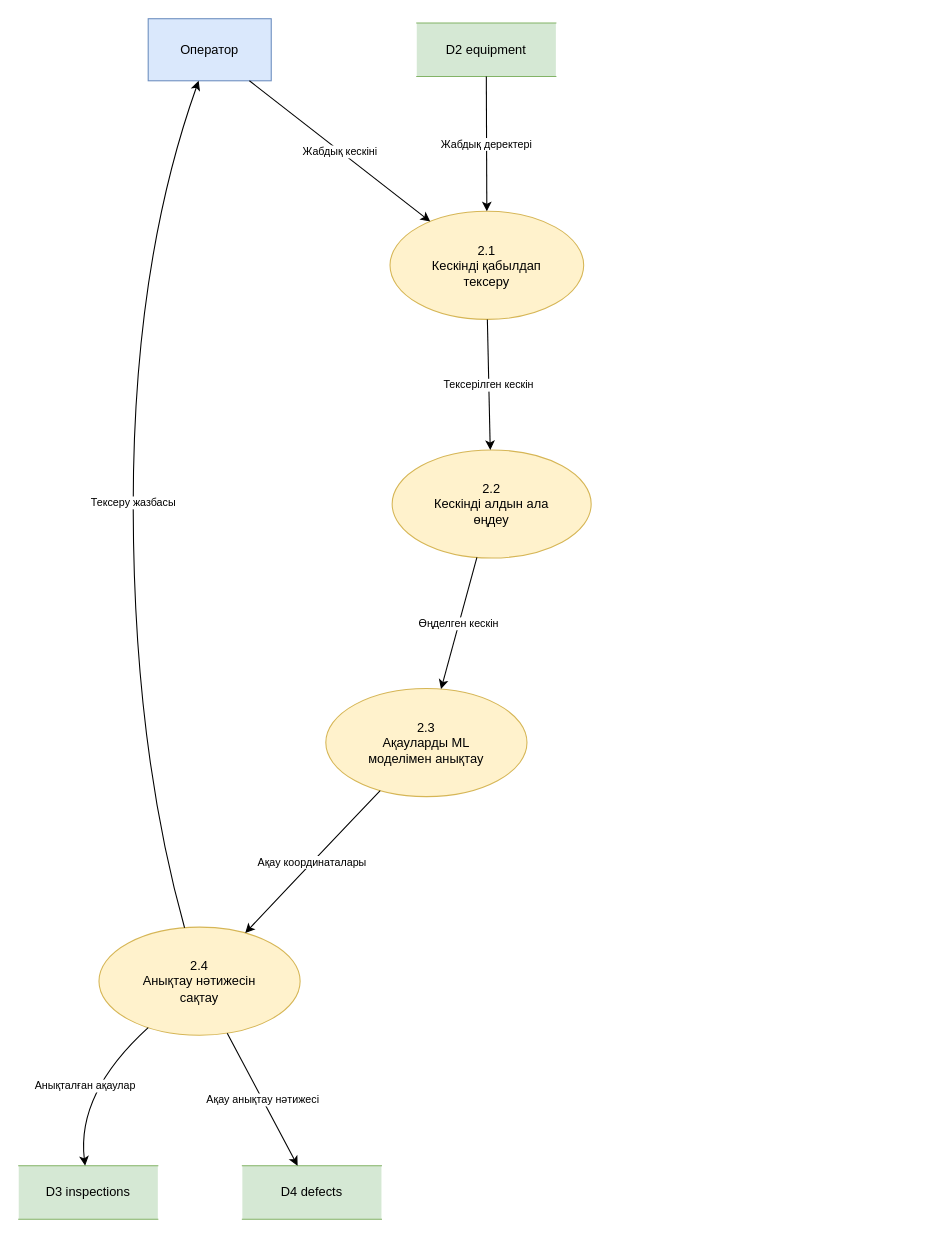
Above: docs/analysis/dfd-level1.drawio in zeinkenzhebek-sys/equipment-defect-detection (draw.io), before the change. Source tidied: cells renumbered, new cells numbered last; positions are measured from the earlier drawing's top-left corner, leaving out a move shared by most shapes. Both pictures are drawn from the tidied source at 107%, with x=0, y=0 at pixel (18, 18).
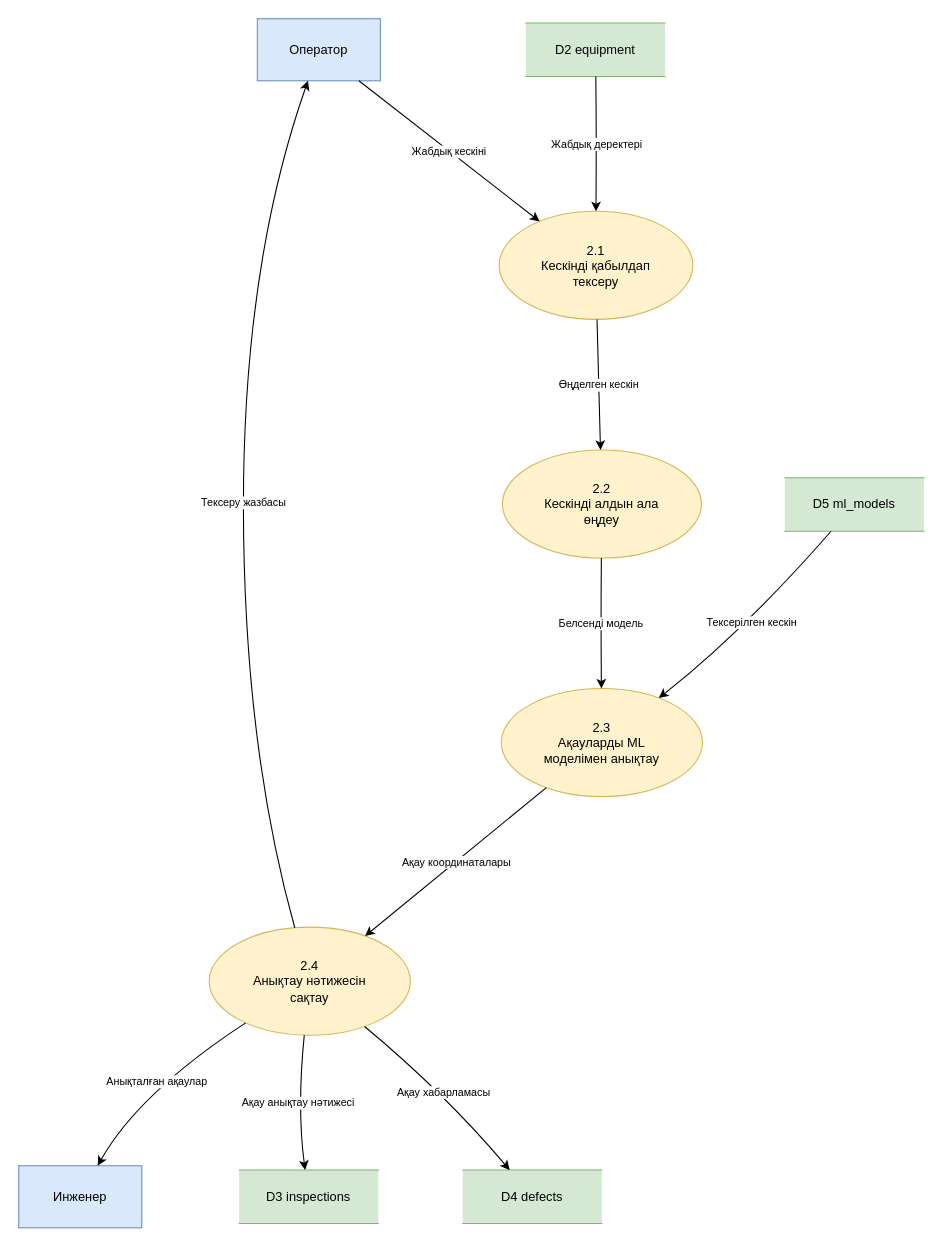
The same diagram, later.

Commit message (it also covers changes not shown here):
Add administrator and ML models to data model

Diff of the diagram source:
```diff
@@
     <mxCell id="2" value="Оператор" style="rounded=0;whiteSpace=wrap;html=1;fillColor=#dae8fc;strokeColor=#6c8ebf;fontSize=12;" parent="1" vertex="1">
-      <mxGeometry x="121" width="115" height="58" as="geometry" />
+      <mxGeometry x="223" width="115" height="58" as="geometry" />
     </mxCell>
-    <mxCell id="3" value="D2  equipment" style="shape=partialRectangle;whiteSpace=wrap;html=1;left=0;right=0;fillColor=#d5e8d4;strokeColor=#82b366;fontSize=12;" parent="1" vertex="1">
-      <mxGeometry x="372" y="4" width="130" height="50" as="geometry" />
+    <mxCell id="3" value="Инженер" style="rounded=0;whiteSpace=wrap;html=1;fillColor=#dae8fc;strokeColor=#6c8ebf;fontSize=12;" parent="1" vertex="1">
+      <mxGeometry y="1072" width="115" height="58" as="geometry" />
     </mxCell>
-    <mxCell id="4" value="D3  inspections" style="shape=partialRectangle;whiteSpace=wrap;html=1;left=0;right=0;fillColor=#d5e8d4;strokeColor=#82b366;fontSize=12;" parent="1" vertex="1">
-      <mxGeometry y="1072" width="130" height="50" as="geometry" />
+    <mxCell id="4" value="D2  equipment" style="shape=partialRectangle;whiteSpace=wrap;html=1;left=0;right=0;fillColor=#d5e8d4;strokeColor=#82b366;fontSize=12;" parent="1" vertex="1">
+      <mxGeometry x="474" y="4" width="130" height="50" as="geometry" />
     </mxCell>
-    <mxCell id="5" value="D4  defects" style="shape=partialRectangle;whiteSpace=wrap;html=1;left=0;right=0;fillColor=#d5e8d4;strokeColor=#82b366;fontSize=12;" parent="1" vertex="1">
-      <mxGeometry x="209" y="1072" width="130" height="50" as="geometry" />
+    <mxCell id="5" value="D3  inspections" style="shape=partialRectangle;whiteSpace=wrap;html=1;left=0;right=0;fillColor=#d5e8d4;strokeColor=#82b366;fontSize=12;" parent="1" vertex="1">
+      <mxGeometry x="206" y="1076" width="130" height="50" as="geometry" />
     </mxCell>
-    <mxCell id="6" value="2.1&lt;br&gt;Кескінді қабылдап&lt;br&gt;тексеру" style="ellipse;whiteSpace=wrap;html=1;fillColor=#fff2cc;strokeColor=#d6b656;fontSize=12;" parent="1" vertex="1">
-      <mxGeometry x="347" y="180" width="181" height="101" as="geometry" />
+    <mxCell id="6" value="D4  defects" style="shape=partialRectangle;whiteSpace=wrap;html=1;left=0;right=0;fillColor=#d5e8d4;strokeColor=#82b366;fontSize=12;" parent="1" vertex="1">
+      <mxGeometry x="415" y="1076" width="130" height="50" as="geometry" />
     </mxCell>
-    <mxCell id="7" value="2.2&lt;br&gt;Кескінді алдын ала&lt;br&gt;өңдеу" style="ellipse;whiteSpace=wrap;html=1;fillColor=#fff2cc;strokeColor=#d6b656;fontSize=12;" parent="1" vertex="1">
-      <mxGeometry x="349" y="403" width="186" height="101" as="geometry" />
+    <mxCell id="7" value="D5  ml_models" style="shape=partialRectangle;whiteSpace=wrap;html=1;left=0;right=0;fillColor=#d5e8d4;strokeColor=#82b366;fontSize=12;" parent="1" vertex="1">
+      <mxGeometry x="716" y="429" width="130" height="50" as="geometry" />
     </mxCell>
-    <mxCell id="8" value="2.3&lt;br&gt;Ақауларды ML&lt;br&gt;моделімен анықтау" style="ellipse;whiteSpace=wrap;html=1;fillColor=#fff2cc;strokeColor=#d6b656;fontSize=12;" parent="1" vertex="1">
-      <mxGeometry x="287" y="626" width="188" height="101" as="geometry" />
+    <mxCell id="8" value="2.1&lt;br&gt;Кескінді қабылдап&lt;br&gt;тексеру" style="ellipse;whiteSpace=wrap;html=1;fillColor=#fff2cc;strokeColor=#d6b656;fontSize=12;" parent="1" vertex="1">
+      <mxGeometry x="449" y="180" width="181" height="101" as="geometry" />
     </mxCell>
-    <mxCell id="9" value="2.4&lt;br&gt;Анықтау нәтижесін&lt;br&gt;сақтау" style="ellipse;whiteSpace=wrap;html=1;fillColor=#fff2cc;strokeColor=#d6b656;fontSize=12;" parent="1" vertex="1">
-      <mxGeometry x="75" y="849" width="188" height="101" as="geometry" />
+    <mxCell id="9" value="2.2&lt;br&gt;Кескінді алдын ала&lt;br&gt;өңдеу" style="ellipse;whiteSpace=wrap;html=1;fillColor=#fff2cc;strokeColor=#d6b656;fontSize=12;" parent="1" vertex="1">
+      <mxGeometry x="452" y="403" width="186" height="101" as="geometry" />
     </mxCell>
+    <mxCell id="18" value="2.3&lt;br&gt;Ақауларды ML&lt;br&gt;моделімен анықтау" style="ellipse;whiteSpace=wrap;html=1;fillColor=#fff2cc;strokeColor=#d6b656;fontSize=12;" parent="1" vertex="1">
+      <mxGeometry x="451" y="626" width="188" height="101" as="geometry" />
+    </mxCell>
+    <mxCell id="19" value="2.4&lt;br&gt;Анықтау нәтижесін&lt;br&gt;сақтау" style="ellipse;whiteSpace=wrap;html=1;fillColor=#fff2cc;strokeColor=#d6b656;fontSize=12;" parent="1" vertex="1">
+      <mxGeometry x="178" y="849" width="188" height="101" as="geometry" />
+    </mxCell>
-    <mxCell id="10" value="Жабдық кескіні" style="edgeStyle=none;curved=1;html=1;endArrow=classic;fontSize=10;labelBackgroundColor=#ffffff;" parent="1" edge="1" source="2" target="6">
+    <mxCell id="10" value="Жабдық кескіні" style="edgeStyle=none;curved=1;html=1;endArrow=classic;fontSize=10;labelBackgroundColor=#ffffff;" parent="1" edge="1" source="2" target="8">
       <mxGeometry relative="1" as="geometry">
         <Array as="points">
-          <mxPoint x="291" y="117" />
+          <mxPoint x="394" y="117" />
         </Array>
       </mxGeometry>
     </mxCell>
-    <mxCell id="11" value="Жабдық деректері" style="edgeStyle=none;curved=1;html=1;endArrow=classic;fontSize=10;labelBackgroundColor=#ffffff;" parent="1" edge="1" source="3" target="6">
+    <mxCell id="11" value="Жабдық деректері" style="edgeStyle=none;curved=1;html=1;endArrow=classic;fontSize=10;labelBackgroundColor=#ffffff;" parent="1" edge="1" source="4" target="8">
       <mxGeometry relative="1" as="geometry">
         <Array as="points">
-          <mxPoint x="437" y="107" />
+          <mxPoint x="540" y="107" />
         </Array>
       </mxGeometry>
     </mxCell>
-    <mxCell id="12" value="Тексерілген кескін" style="edgeStyle=none;curved=1;html=1;endArrow=classic;fontSize=10;labelBackgroundColor=#ffffff;" parent="1" edge="1" source="6" target="7">
+    <mxCell id="12" value="Тексерілген кескін" style="edgeStyle=none;curved=1;html=1;endArrow=classic;fontSize=10;labelBackgroundColor=#ffffff;" parent="1" edge="1" source="7" target="18">
       <mxGeometry relative="1" as="geometry">
         <Array as="points">
-          <mxPoint x="439" y="336" />
+          <mxPoint x="678" y="572" />
         </Array>
       </mxGeometry>
     </mxCell>
-    <mxCell id="13" value="Өңделген кескін" style="edgeStyle=none;curved=1;html=1;endArrow=classic;fontSize=10;labelBackgroundColor=#ffffff;" parent="1" edge="1" source="7" target="8">
+    <mxCell id="13" value="Өңделген кескін" style="edgeStyle=none;curved=1;html=1;endArrow=classic;fontSize=10;labelBackgroundColor=#ffffff;" parent="1" edge="1" source="8" target="9">
       <mxGeometry relative="1" as="geometry">
         <Array as="points">
-          <mxPoint x="413" y="559" />
+          <mxPoint x="542" y="336" />
         </Array>
       </mxGeometry>
     </mxCell>
-    <mxCell id="14" value="Ақау координаталары" style="edgeStyle=none;curved=1;html=1;endArrow=classic;fontSize=10;labelBackgroundColor=#ffffff;" parent="1" edge="1" source="8" target="9">
+    <mxCell id="14" value="Белсенді модель" style="edgeStyle=none;curved=1;html=1;endArrow=classic;fontSize=10;labelBackgroundColor=#ffffff;" parent="1" edge="1" source="9" target="18">
       <mxGeometry relative="1" as="geometry">
         <Array as="points">
-          <mxPoint x="279" y="783" />
+          <mxPoint x="544" y="559" />
         </Array>
       </mxGeometry>
     </mxCell>
-    <mxCell id="15" value="Тексеру жазбасы" style="edgeStyle=none;curved=1;html=1;endArrow=classic;fontSize=10;labelBackgroundColor=#ffffff;" parent="1" edge="1" source="9" target="2">
+    <mxCell id="15" value="Ақау координаталары" style="edgeStyle=none;curved=1;html=1;endArrow=classic;fontSize=10;labelBackgroundColor=#ffffff;" parent="1" edge="1" source="18" target="19">
       <mxGeometry relative="1" as="geometry">
         <Array as="points">
-          <mxPoint x="107" y="678" />
-          <mxPoint x="107" y="230" />
+          <mxPoint x="413" y="784" />
         </Array>
       </mxGeometry>
     </mxCell>
-    <mxCell id="16" value="Анықталған ақаулар" style="edgeStyle=none;curved=1;html=1;endArrow=classic;fontSize=10;labelBackgroundColor=#ffffff;" parent="1" edge="1" source="9" target="4">
+    <mxCell id="16" value="Тексеру жазбасы" style="edgeStyle=none;curved=1;html=1;endArrow=classic;fontSize=10;labelBackgroundColor=#ffffff;" parent="1" edge="1" source="19" target="2">
       <mxGeometry relative="1" as="geometry">
         <Array as="points">
-          <mxPoint x="54" y="1004" />
+          <mxPoint x="210" y="678" />
+          <mxPoint x="210" y="230" />
         </Array>
       </mxGeometry>
     </mxCell>
-    <mxCell id="17" value="Ақау анықтау нәтижесі" style="edgeStyle=none;curved=1;html=1;endArrow=classic;fontSize=10;labelBackgroundColor=#ffffff;" parent="1" edge="1" source="9" target="5">
+    <mxCell id="17" value="Анықталған ақаулар" style="edgeStyle=none;curved=1;html=1;endArrow=classic;fontSize=10;labelBackgroundColor=#ffffff;" parent="1" edge="1" source="19" target="3">
       <mxGeometry relative="1" as="geometry">
         <Array as="points">
-          <mxPoint x="226" y="1007" />
+          <mxPoint x="112" y="1004" />
         </Array>
       </mxGeometry>
     </mxCell>
+    <mxCell id="20" value="Ақау анықтау нәтижесі" style="edgeStyle=none;curved=1;html=1;endArrow=classic;fontSize=10;labelBackgroundColor=#ffffff;" parent="1" edge="1" source="19" target="5">
+      <mxGeometry relative="1" as="geometry">
+        <Array as="points">
+          <mxPoint x="260" y="1018" />
+        </Array>
+      </mxGeometry>
+    </mxCell>
+    <mxCell id="21" value="Ақау хабарламасы" style="edgeStyle=none;curved=1;html=1;endArrow=classic;fontSize=10;labelBackgroundColor=#ffffff;" parent="1" edge="1" source="19" target="6">
+      <mxGeometry relative="1" as="geometry">
+        <Array as="points">
+          <mxPoint x="398" y="1004" />
+        </Array>
+      </mxGeometry>
+    </mxCell>
```
